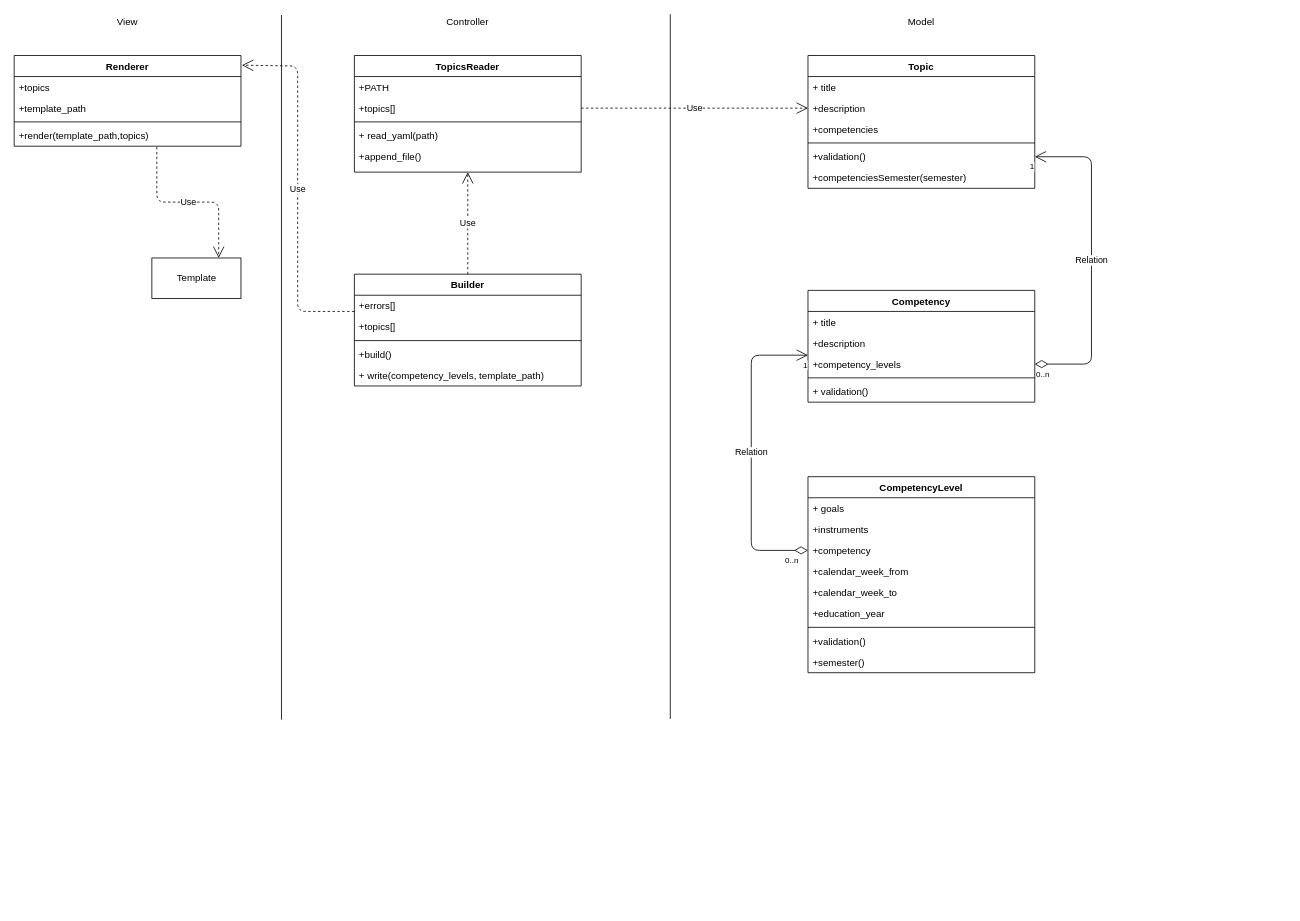
Above: uml.drawio in puzzle-bbt/kon-ausbildungsplan-builder (draw.io), before the change. Source tidied: cells renumbered, new cells numbered last; positions are measured from the earlier drawing's top-left corner, leaving out a move shared by most shapes. Both pictures are drawn from the tidied source at 81%, with x=0, y=0 at pixel (14, 14).
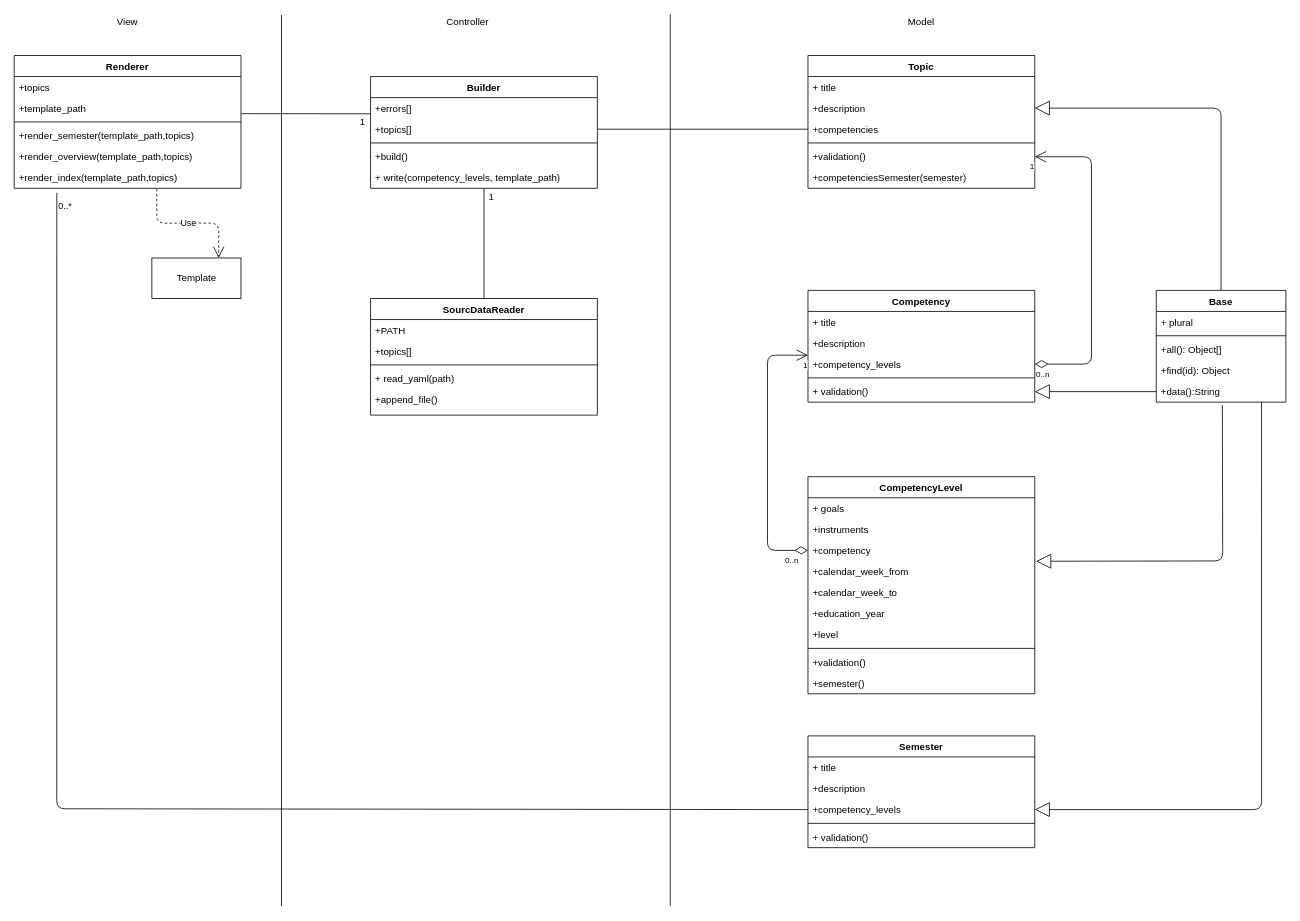
After the change.

The change refers to these unchanged cells:
```xml
<mxCell id="2" value="Topic" style="swimlane;fontStyle=1;align=center;verticalAlign=top;horizontal=1;startSize=26;" parent="1" vertex="1">
  <mxGeometry x="980" y="51" width="280" height="164" as="geometry" />
</mxCell>
<mxCell id="4" value="+description" style="text;strokeColor=none;fillColor=none;align=left;verticalAlign=top;spacingLeft=4;spacingRight=4;overflow=hidden;points=[[0,0.5],[1,0.5]];portConstraint=eastwest;" parent="2" vertex="1">
  <mxGeometry y="52" width="280" height="26" as="geometry" />
</mxCell>
<mxCell id="5" value="+competencies" style="text;strokeColor=none;fillColor=none;align=left;verticalAlign=top;spacingLeft=4;spacingRight=4;overflow=hidden;points=[[0,0.5],[1,0.5]];portConstraint=eastwest;" parent="2" vertex="1">
  <mxGeometry y="78" width="280" height="26" as="geometry" />
</mxCell>
<mxCell id="12" value="+competency_levels" style="text;strokeColor=none;fillColor=none;align=left;verticalAlign=top;spacingLeft=4;spacingRight=4;overflow=hidden;points=[[0,0.5],[1,0.5]];portConstraint=eastwest;" parent="9" vertex="1">
  <mxGeometry y="78" width="280" height="26" as="geometry" />
</mxCell>
<mxCell id="14" value="+ validation()" style="text;strokeColor=none;fillColor=none;align=left;verticalAlign=top;spacingLeft=4;spacingRight=4;overflow=hidden;points=[[0,0.5],[1,0.5]];portConstraint=eastwest;" parent="9" vertex="1">
  <mxGeometry y="112" width="280" height="26" as="geometry" />
</mxCell>
<mxCell id="18" value="+competency&#10;" style="text;strokeColor=none;fillColor=none;align=left;verticalAlign=top;spacingLeft=4;spacingRight=4;overflow=hidden;points=[[0,0.5],[1,0.5]];portConstraint=eastwest;" parent="15" vertex="1">
  <mxGeometry y="78" width="280" height="26" as="geometry" />
</mxCell>
<mxCell id="19" value="+calendar_week_from&#10;" style="text;strokeColor=none;fillColor=none;align=left;verticalAlign=top;spacingLeft=4;spacingRight=4;overflow=hidden;points=[[0,0.5],[1,0.5]];portConstraint=eastwest;" parent="15" vertex="1">
  <mxGeometry y="104" width="280" height="26" as="geometry" />
</mxCell>
<mxCell id="27" value="+topics[]" style="text;strokeColor=none;fillColor=none;align=left;verticalAlign=top;spacingLeft=4;spacingRight=4;overflow=hidden;points=[[0,0.5],[1,0.5]];portConstraint=eastwest;" parent="25" vertex="1">
  <mxGeometry y="52" width="280" height="26" as="geometry" />
</mxCell>
<mxCell id="30" value="+append_file() " style="text;strokeColor=none;fillColor=none;align=left;verticalAlign=top;spacingLeft=4;spacingRight=4;overflow=hidden;points=[[0,0.5],[1,0.5]];portConstraint=eastwest;" parent="25" vertex="1">
  <mxGeometry y="112" width="280" height="32" as="geometry" />
</mxCell>
<mxCell id="42" value="+template_path" style="text;strokeColor=none;fillColor=none;align=left;verticalAlign=top;spacingLeft=4;spacingRight=4;overflow=hidden;points=[[0,0.5],[1,0.5]];portConstraint=eastwest;" parent="40" vertex="1">
  <mxGeometry y="52" width="280" height="26" as="geometry" />
</mxCell>
<mxCell id="46" value="+errors[]" style="text;strokeColor=none;fillColor=none;align=left;verticalAlign=top;spacingLeft=4;spacingRight=4;overflow=hidden;points=[[0,0.5],[1,0.5]];portConstraint=eastwest;" parent="45" vertex="1">
  <mxGeometry y="26" width="280" height="26" as="geometry" />
</mxCell>
<mxCell id="47" value="+topics[]" style="text;strokeColor=none;fillColor=none;align=left;verticalAlign=top;spacingLeft=4;spacingRight=4;overflow=hidden;points=[[0,0.5],[1,0.5]];portConstraint=eastwest;" parent="45" vertex="1">
  <mxGeometry y="52" width="280" height="26" as="geometry" />
</mxCell>
<mxCell id="50" value="+ write(competency_levels, template_path)" style="text;strokeColor=none;fillColor=none;align=left;verticalAlign=top;spacingLeft=4;spacingRight=4;overflow=hidden;points=[[0,0.5],[1,0.5]];portConstraint=eastwest;" parent="45" vertex="1">
  <mxGeometry y="112" width="280" height="26" as="geometry" />
</mxCell>
```

Change to the diagram source:
```diff
@@
     <mxCell id="15" value="CompetencyLevel" style="swimlane;fontStyle=1;align=center;verticalAlign=top;horizontal=1;startSize=26;" parent="1" vertex="1">
-      <mxGeometry x="980" y="571" width="280" height="242" as="geometry" />
+      <mxGeometry x="980" y="571" width="280" height="268" as="geometry" />
     </mxCell>
@@
+    <mxCell id="58" value="+education_year" style="text;strokeColor=none;fillColor=none;align=left;verticalAlign=top;spacingLeft=4;spacingRight=4;overflow=hidden;" parent="15" vertex="1">
+      <mxGeometry y="156" width="280" height="26" as="geometry" />
+    </mxCell>
-    <mxCell id="21" value="+education_year" style="text;strokeColor=none;fillColor=none;align=left;verticalAlign=top;spacingLeft=4;spacingRight=4;overflow=hidden;" parent="15" vertex="1">
-      <mxGeometry y="156" width="280" height="26" as="geometry" />
+    <mxCell id="21" value="+level" style="text;strokeColor=none;fillColor=none;align=left;verticalAlign=top;spacingLeft=4;spacingRight=4;overflow=hidden;" parent="15" vertex="1">
+      <mxGeometry y="182" width="280" height="26" as="geometry" />
     </mxCell>
     <mxCell id="22" style="line;strokeWidth=1;fillColor=none;align=left;verticalAlign=middle;spacingTop=-1;spacingLeft=3;spacingRight=3;labelPosition=right;" parent="15" vertex="1">
-      <mxGeometry y="182" width="280" height="8" as="geometry" />
+      <mxGeometry y="208" width="280" height="8" as="geometry" />
     </mxCell>
     <mxCell id="23" value="+validation()" style="text;strokeColor=none;fillColor=none;align=left;verticalAlign=top;spacingLeft=4;spacingRight=4;overflow=hidden;" parent="15" vertex="1">
-      <mxGeometry y="190" width="280" height="26" as="geometry" />
+      <mxGeometry y="216" width="280" height="26" as="geometry" />
     </mxCell>
     <mxCell id="24" value="+semester()" style="text;strokeColor=none;fillColor=none;align=left;verticalAlign=top;spacingLeft=4;spacingRight=4;overflow=hidden;" parent="15" vertex="1">
-      <mxGeometry y="216" width="280" height="26" as="geometry" />
+      <mxGeometry y="242" width="280" height="26" as="geometry" />
     </mxCell>
-    <mxCell id="25" value="TopicsReader" style="swimlane;fontStyle=1;align=center;verticalAlign=top;horizontal=1;startSize=26;" parent="1" vertex="1">
-      <mxGeometry x="420" y="51" width="280" height="144" as="geometry" />
+    <mxCell id="25" value="SourcDataReader" style="swimlane;fontStyle=1;align=center;verticalAlign=top;horizontal=1;startSize=26;" parent="1" vertex="1">
+      <mxGeometry x="440" y="351" width="280" height="144" as="geometry" />
     </mxCell>
@@
-    <mxCell id="31" value="Relation" style="endArrow=open;html=1;endSize=12;startArrow=diamondThin;startSize=14;startFill=0;edgeStyle=orthogonalEdgeStyle;exitX=1;exitY=0.5;exitDx=0;exitDy=0;" parent="1" edge="1" source="12" target="2">
+    <mxCell id="31" style="endArrow=open;html=1;endSize=12;startArrow=diamondThin;startSize=14;startFill=0;edgeStyle=orthogonalEdgeStyle;exitX=1;exitY=0.5;exitDx=0;exitDy=0;" parent="1" edge="1" source="12" target="2">
       <mxGeometry relative="1" as="geometry">
         <Array as="points">
           <mxPoint x="1330" y="432" />
           <mxPoint x="1330" y="176" />
         </Array>
       </mxGeometry>
     </mxCell>
@@
-    <mxCell id="34" value="Relation" style="endArrow=open;html=1;endSize=12;startArrow=diamondThin;startSize=14;startFill=0;edgeStyle=orthogonalEdgeStyle;exitX=0;exitY=0.5;exitDx=0;exitDy=0;" parent="1" edge="1" source="18">
+    <mxCell id="34" value="&lt;div&gt;&lt;br&gt;&lt;/div&gt;&lt;div&gt;&lt;br&gt;&lt;/div&gt;" style="endArrow=open;html=1;endSize=12;startArrow=diamondThin;startSize=14;startFill=0;edgeStyle=orthogonalEdgeStyle;exitX=0;exitY=0.5;exitDx=0;exitDy=0;" parent="1" edge="1" source="18">
       <mxGeometry relative="1" as="geometry">
         <mxPoint x="980" y="421" as="targetPoint" />
         <Array as="points">
-          <mxPoint x="910" y="662" />
-          <mxPoint x="910" y="421" />
+          <mxPoint x="930" y="662" />
+          <mxPoint x="930" y="421" />
         </Array>
       </mxGeometry>
     </mxCell>
@@
-    <mxCell id="37" value="Use" style="endArrow=open;endSize=12;dashed=1;html=1;exitX=1;exitY=0.5;exitDx=0;exitDy=0;entryX=0;entryY=0.5;entryDx=0;entryDy=0;" parent="1" edge="1" source="27" target="4">
+    <mxCell id="37" style="endArrow=none;endSize=12;html=1;exitX=1;exitY=0.5;exitDx=0;exitDy=0;entryX=0;entryY=0.5;entryDx=0;entryDy=0;endFill=0;" parent="1" edge="1" source="47" target="5">
       <mxGeometry relative="1" as="geometry" />
     </mxCell>
@@
     <mxCell id="40" value="Renderer" style="swimlane;fontStyle=1;align=center;verticalAlign=top;horizontal=1;startSize=26;" parent="1" vertex="1">
-      <mxGeometry y="51" width="280" height="112" as="geometry" />
+      <mxGeometry y="51" width="280" height="164" as="geometry" />
     </mxCell>
@@
+    <mxCell id="59" value="+render_semester(template_path,topics) " style="text;strokeColor=none;fillColor=none;align=left;verticalAlign=top;spacingLeft=4;spacingRight=4;overflow=hidden;" parent="40" vertex="1">
+      <mxGeometry y="86" width="280" height="26" as="geometry" />
+    </mxCell>
+    <mxCell id="60" value="+render_overview(template_path,topics) " style="text;strokeColor=none;fillColor=none;align=left;verticalAlign=top;spacingLeft=4;spacingRight=4;overflow=hidden;" parent="40" vertex="1">
+      <mxGeometry y="112" width="280" height="26" as="geometry" />
+    </mxCell>
-    <mxCell id="44" value="+render(template_path,topics) " style="text;strokeColor=none;fillColor=none;align=left;verticalAlign=top;spacingLeft=4;spacingRight=4;overflow=hidden;points=[[0,0.5],[1,0.5]];portConstraint=eastwest;" parent="40" vertex="1">
-      <mxGeometry y="86" width="280" height="26" as="geometry" />
+    <mxCell id="44" value="+render_index(template_path,topics) " style="text;strokeColor=none;fillColor=none;align=left;verticalAlign=top;spacingLeft=4;spacingRight=4;overflow=hidden;points=[[0,0.5],[1,0.5]];portConstraint=eastwest;" parent="40" vertex="1">
+      <mxGeometry y="138" width="280" height="26" as="geometry" />
     </mxCell>
     <mxCell id="45" value="Builder" style="swimlane;fontStyle=1;align=center;verticalAlign=top;horizontal=1;startSize=26;" parent="1" vertex="1">
-      <mxGeometry x="420" y="321" width="280" height="138" as="geometry" />
+      <mxGeometry x="440" y="77" width="280" height="138" as="geometry" />
     </mxCell>
@@
-    <mxCell id="52" value="Use" style="endArrow=open;endSize=12;dashed=1;html=1;exitX=0.5;exitY=0;exitDx=0;exitDy=0;" parent="1" edge="1" source="45" target="30">
+    <mxCell id="52" style="endArrow=none;endSize=12;html=1;endFill=0;exitX=0.5;exitY=1;exitDx=0;exitDy=0;exitPerimeter=0;entryX=0.5;entryY=0;entryDx=0;entryDy=0;" parent="1" edge="1" source="50" target="25">
       <mxGeometry relative="1" as="geometry" />
     </mxCell>
+    <mxCell id="61" value="1" style="text;html=1;align=center;verticalAlign=middle;labelBackgroundColor=#ffffff;" parent="52" vertex="1">
+      <mxGeometry x="-0.85" y="-1" relative="1" as="geometry">
+        <mxPoint x="9" as="offset" />
+      </mxGeometry>
+    </mxCell>
-    <mxCell id="53" value="Use" style="endArrow=open;endSize=12;dashed=1;html=1;exitX=0;exitY=0.769;exitDx=0;exitDy=0;entryX=1.004;entryY=0.107;entryDx=0;entryDy=0;exitPerimeter=0;entryPerimeter=0;edgeStyle=orthogonalEdgeStyle;" parent="1" edge="1" source="46" target="40">
-      <mxGeometry relative="1" as="geometry">
-        <Array as="points">
-          <mxPoint x="350" y="367" />
-          <mxPoint x="350" y="64" />
-        </Array>
-      </mxGeometry>
+    <mxCell id="53" style="endArrow=none;endSize=12;html=1;exitX=0;exitY=0.769;exitDx=0;exitDy=0;entryX=1.002;entryY=0.762;entryDx=0;entryDy=0;exitPerimeter=0;endFill=0;entryPerimeter=0;" parent="1" edge="1" source="46" target="42">
+      <mxGeometry relative="1" as="geometry" />
     </mxCell>
+    <mxCell id="62" value="1" style="text;html=1;align=center;verticalAlign=middle;labelBackgroundColor=#ffffff;" parent="53" vertex="1">
+      <mxGeometry x="-0.94" y="2" relative="1" as="geometry">
+        <mxPoint x="-5" y="8" as="offset" />
+      </mxGeometry>
+    </mxCell>
@@
     <mxCell id="56" style="endArrow=none;html=1;" parent="1" edge="1">
       <mxGeometry relative="1" as="geometry">
-        <mxPoint x="330" y="871" as="sourcePoint" />
+        <mxPoint x="330" y="1101" as="sourcePoint" />
         <mxPoint x="330" y="1" as="targetPoint" />
       </mxGeometry>
     </mxCell>
     <mxCell id="57" style="endArrow=none;html=1;" parent="1" edge="1">
       <mxGeometry relative="1" as="geometry">
-        <mxPoint x="810" y="870" as="sourcePoint" />
+        <mxPoint x="810" y="1101" as="sourcePoint" />
         <mxPoint x="810" as="targetPoint" />
       </mxGeometry>
     </mxCell>
+    <mxCell id="63" value="Base" style="swimlane;fontStyle=1;align=center;verticalAlign=top;horizontal=1;startSize=26;" parent="1" vertex="1">
+      <mxGeometry x="1410" y="341" width="160" height="138" as="geometry" />
+    </mxCell>
+    <mxCell id="64" value="+ plural" style="text;strokeColor=none;fillColor=none;align=left;verticalAlign=top;spacingLeft=4;spacingRight=4;overflow=hidden;" parent="63" vertex="1">
+      <mxGeometry y="26" width="160" height="26" as="geometry" />
+    </mxCell>
+    <mxCell id="65" style="line;strokeWidth=1;fillColor=none;align=left;verticalAlign=middle;spacingTop=-1;spacingLeft=3;spacingRight=3;labelPosition=right;" parent="63" vertex="1">
+      <mxGeometry y="52" width="160" height="8" as="geometry" />
+    </mxCell>
+    <mxCell id="66" value="+all(): Object[]" style="text;strokeColor=none;fillColor=none;align=left;verticalAlign=top;spacingLeft=4;spacingRight=4;overflow=hidden;" parent="63" vertex="1">
+      <mxGeometry y="60" width="160" height="26" as="geometry" />
+    </mxCell>
+    <mxCell id="67" value="+find(id): Object" style="text;strokeColor=none;fillColor=none;align=left;verticalAlign=top;spacingLeft=4;spacingRight=4;overflow=hidden;" parent="63" vertex="1">
+      <mxGeometry y="86" width="160" height="26" as="geometry" />
+    </mxCell>
+    <mxCell id="68" value="+data():String" style="text;strokeColor=none;fillColor=none;align=left;verticalAlign=top;spacingLeft=4;spacingRight=4;overflow=hidden;points=[[0,0.5],[1,0.5]];portConstraint=eastwest;" parent="63" vertex="1">
+      <mxGeometry y="112" width="160" height="26" as="geometry" />
+    </mxCell>
+    <mxCell id="69" style="endArrow=block;endSize=16;endFill=0;html=1;exitX=0.5;exitY=0;exitDx=0;exitDy=0;entryX=1;entryY=0.5;entryDx=0;entryDy=0;" parent="1" edge="1" source="63" target="4">
+      <mxGeometry relative="1" as="geometry">
+        <Array as="points">
+          <mxPoint x="1490" y="116" />
+        </Array>
+      </mxGeometry>
+    </mxCell>
+    <mxCell id="70" style="endArrow=block;endSize=16;endFill=0;html=1;exitX=0;exitY=0.5;exitDx=0;exitDy=0;entryX=1;entryY=0.5;entryDx=0;entryDy=0;" parent="1" edge="1" source="68" target="14">
+      <mxGeometry relative="1" as="geometry" />
+    </mxCell>
+    <mxCell id="71" style="endArrow=block;endSize=16;endFill=0;html=1;exitX=0.51;exitY=1.137;exitDx=0;exitDy=0;exitPerimeter=0;entryX=1.006;entryY=0.016;entryDx=0;entryDy=0;entryPerimeter=0;" parent="1" edge="1" source="68" target="19">
+      <mxGeometry relative="1" as="geometry">
+        <Array as="points">
+          <mxPoint x="1492" y="675" />
+        </Array>
+      </mxGeometry>
+    </mxCell>
+    <mxCell id="72" value="Semester" style="swimlane;fontStyle=1;align=center;verticalAlign=top;horizontal=1;startSize=26;" parent="1" vertex="1">
+      <mxGeometry x="980" y="891" width="280" height="138" as="geometry" />
+    </mxCell>
+    <mxCell id="73" value="+ title" style="text;strokeColor=none;fillColor=none;align=left;verticalAlign=top;spacingLeft=4;spacingRight=4;overflow=hidden;" parent="72" vertex="1">
+      <mxGeometry y="26" width="280" height="26" as="geometry" />
+    </mxCell>
+    <mxCell id="74" value="+description" style="text;strokeColor=none;fillColor=none;align=left;verticalAlign=top;spacingLeft=4;spacingRight=4;overflow=hidden;" parent="72" vertex="1">
+      <mxGeometry y="52" width="280" height="26" as="geometry" />
+    </mxCell>
+    <mxCell id="75" value="+competency_levels" style="text;strokeColor=none;fillColor=none;align=left;verticalAlign=top;spacingLeft=4;spacingRight=4;overflow=hidden;points=[[0,0.5],[1,0.5]];portConstraint=eastwest;" parent="72" vertex="1">
+      <mxGeometry y="78" width="280" height="26" as="geometry" />
+    </mxCell>
+    <mxCell id="76" style="line;strokeWidth=1;fillColor=none;align=left;verticalAlign=middle;spacingTop=-1;spacingLeft=3;spacingRight=3;labelPosition=right;" parent="72" vertex="1">
+      <mxGeometry y="104" width="280" height="8" as="geometry" />
+    </mxCell>
+    <mxCell id="77" value="+ validation()" style="text;strokeColor=none;fillColor=none;align=left;verticalAlign=top;spacingLeft=4;spacingRight=4;overflow=hidden;" parent="72" vertex="1">
+      <mxGeometry y="112" width="280" height="26" as="geometry" />
+    </mxCell>
+    <mxCell id="78" style="endArrow=block;endSize=16;endFill=0;html=1;exitX=0.51;exitY=1.137;exitDx=0;exitDy=0;exitPerimeter=0;entryX=1;entryY=0.5;entryDx=0;entryDy=0;" parent="1" edge="1" target="75">
+      <mxGeometry relative="1" as="geometry">
+        <mxPoint x="1539.9" y="479" as="sourcePoint" />
+        <Array as="points">
+          <mxPoint x="1540" y="982" />
+        </Array>
+      </mxGeometry>
+    </mxCell>
+    <mxCell id="79" value="0..*" style="endArrow=none;html=1;endSize=12;startArrow=none;startSize=14;startFill=0;edgeStyle=orthogonalEdgeStyle;align=left;verticalAlign=bottom;entryX=0;entryY=0.5;entryDx=0;entryDy=0;exitX=0.188;exitY=1.212;exitDx=0;exitDy=0;exitPerimeter=0;endFill=0;" parent="1" edge="1" source="44" target="75">
+      <mxGeometry x="-0.97" relative="1" as="geometry">
+        <Array as="points">
+          <mxPoint x="53" y="981" />
+        </Array>
+      </mxGeometry>
+    </mxCell>
```
